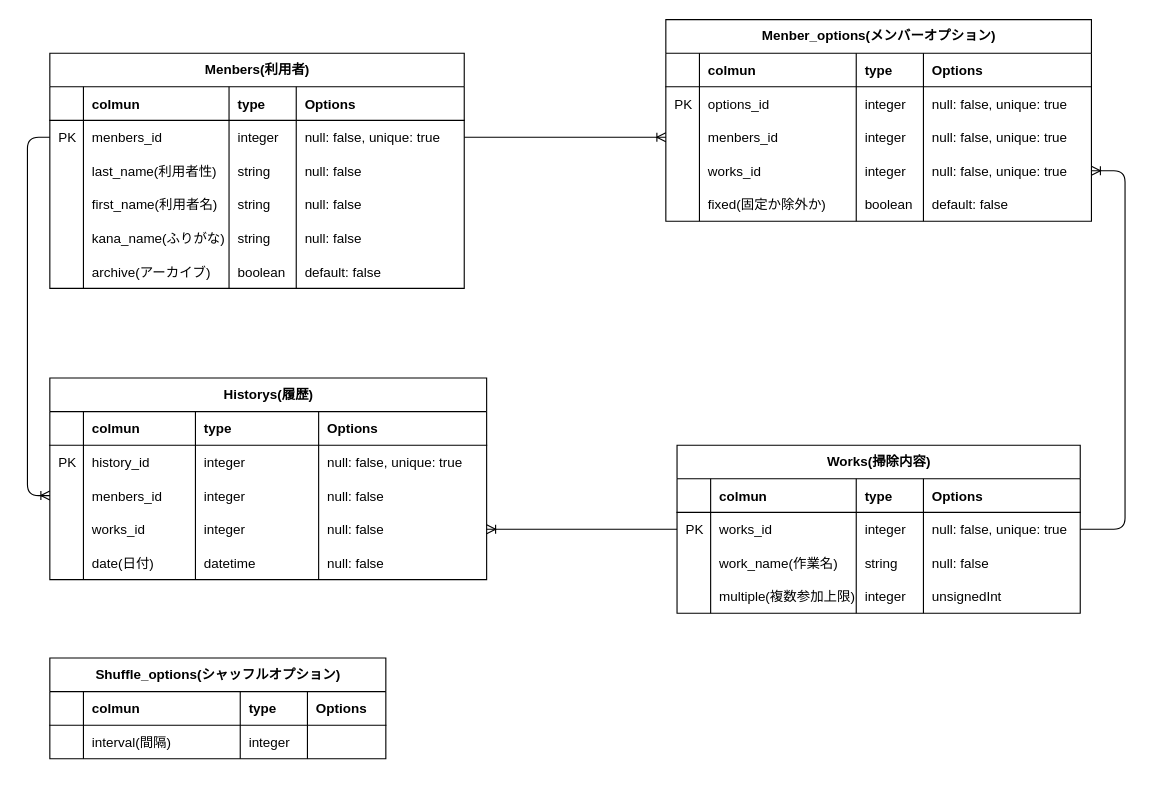
Before: ER図(掃除当番管理アプリ).drawio in yudai142/DutyShuffle, a draw.io diagram. Source tidied: cells renumbered, new cells numbered last; positions are measured from the earlier drawing's top-left corner, leaving out a move shared by most shapes. Both pictures are drawn from the tidied source at 112%, with x=0, y=0 at pixel (27, 19).
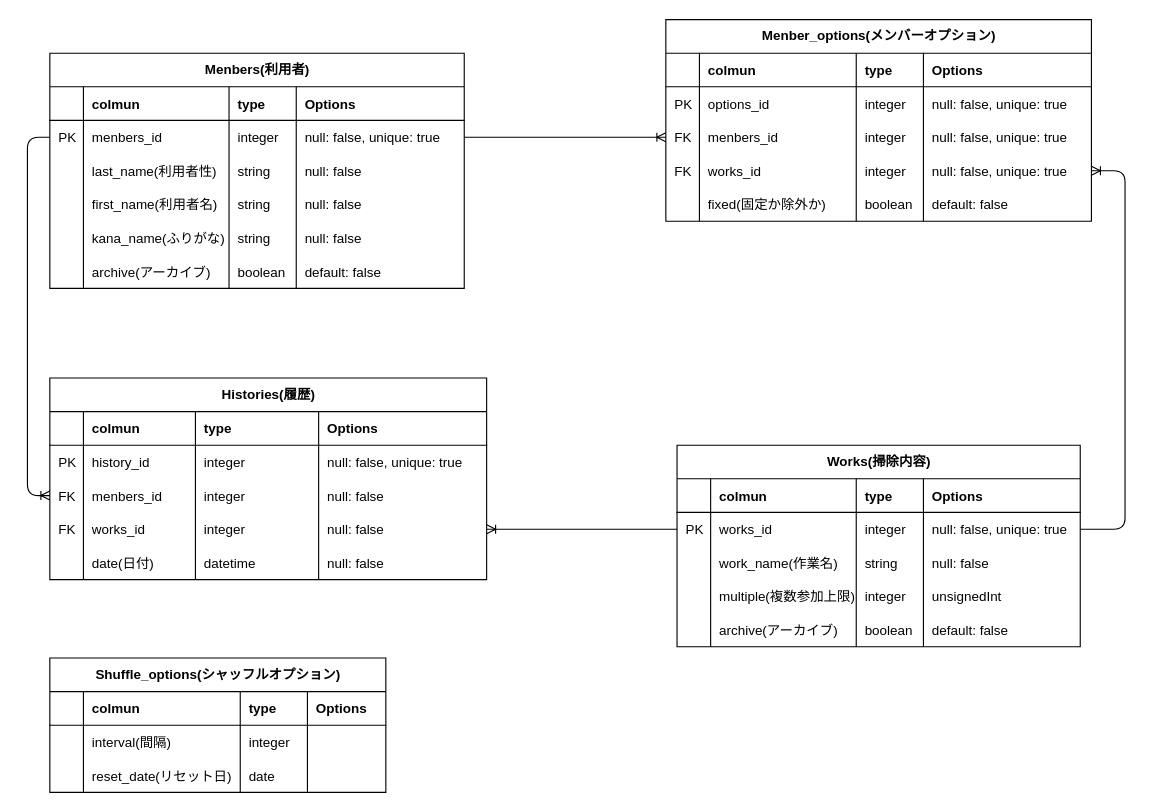
After the change.

Unchanged cells that the change refers to:
```xml
<mxCell id="13" style="shape=partialRectangle;fillColor=none;top=0;left=0;bottom=0;right=0;points=[[0,0.5],[1,0.5]];portConstraint=eastwest;" parent="2" vertex="1">
  <mxGeometry y="90" width="380" height="30" as="geometry" />
</mxCell>
<mxCell id="18" style="shape=partialRectangle;fillColor=none;top=0;left=0;bottom=0;right=0;points=[[0,0.5],[1,0.5]];portConstraint=eastwest;" parent="2" vertex="1">
  <mxGeometry y="120" width="380" height="30" as="geometry" />
</mxCell>
<mxCell id="70" style="shape=partialRectangle;fillColor=none;top=0;left=0;bottom=0;right=0;points=[[0,0.5],[1,0.5]];portConstraint=eastwest;" parent="59" vertex="1">
  <mxGeometry y="90" width="390" height="30" as="geometry" />
</mxCell>
<mxCell id="75" style="shape=partialRectangle;fillColor=none;top=0;left=0;bottom=0;right=0;points=[[0,0.5],[1,0.5]];portConstraint=eastwest;" parent="59" vertex="1">
  <mxGeometry y="120" width="390" height="30" as="geometry" />
</mxCell>
```

The edit, as a diff of the source:
```diff
@@
-    <mxCell id="14" style="shape=partialRectangle;fillColor=none;top=0;left=0;bottom=0;right=0;align=left;spacingLeft=6;overflow=hidden;" parent="13" vertex="1">
+    <mxCell id="14" value="FK" style="shape=partialRectangle;fillColor=none;top=0;left=0;bottom=0;right=0;align=left;spacingLeft=6;overflow=hidden;" parent="13" vertex="1">
       <mxGeometry width="30" height="30" as="geometry" />
     </mxCell>
@@
-    <mxCell id="19" style="shape=partialRectangle;fillColor=none;top=0;left=0;bottom=0;right=0;align=left;spacingLeft=6;overflow=hidden;" parent="18" vertex="1">
+    <mxCell id="19" value="FK" style="shape=partialRectangle;fillColor=none;top=0;left=0;bottom=0;right=0;align=left;spacingLeft=6;overflow=hidden;" parent="18" vertex="1">
       <mxGeometry width="30" height="30" as="geometry" />
     </mxCell>
@@
-    <mxCell id="59" value="Historys(履歴)" style="shape=table;startSize=30;childLayout=tableLayout;rowLines=0;fontStyle=1;align=center;html=1;direction=east;" parent="1" vertex="1">
+    <mxCell id="59" value="Histories(履歴)" style="shape=table;startSize=30;childLayout=tableLayout;rowLines=0;fontStyle=1;align=center;html=1;direction=east;" parent="1" vertex="1">
       <mxGeometry x="20" y="320" width="390" height="180" as="geometry" />
     </mxCell>
@@
-    <mxCell id="71" style="shape=partialRectangle;fillColor=none;top=0;left=0;bottom=0;right=0;align=left;spacingLeft=6;overflow=hidden;" parent="70" vertex="1">
+    <mxCell id="71" value="FK" style="shape=partialRectangle;fillColor=none;top=0;left=0;bottom=0;right=0;align=left;spacingLeft=6;overflow=hidden;" parent="70" vertex="1">
       <mxGeometry width="30" height="30" as="geometry" />
     </mxCell>
@@
-    <mxCell id="76" style="shape=partialRectangle;fillColor=none;top=0;left=0;bottom=0;right=0;align=left;spacingLeft=6;overflow=hidden;" parent="75" vertex="1">
+    <mxCell id="76" value="FK" style="shape=partialRectangle;fillColor=none;top=0;left=0;bottom=0;right=0;align=left;spacingLeft=6;overflow=hidden;" parent="75" vertex="1">
       <mxGeometry width="30" height="30" as="geometry" />
     </mxCell>
@@
     <mxCell id="86" value="Works(掃除内容)" style="shape=table;startSize=30;childLayout=tableLayout;rowLines=0;fontStyle=1;align=center;html=1;direction=east;" parent="1" vertex="1">
-      <mxGeometry x="580" y="380" width="360" height="150" as="geometry" />
+      <mxGeometry x="580" y="380" width="360" height="180" as="geometry" />
     </mxCell>
@@
+    <mxCell id="122" style="shape=partialRectangle;fillColor=none;top=0;left=0;bottom=0;right=0;" parent="86" vertex="1">
+      <mxGeometry y="150" width="360" height="30" as="geometry" />
+    </mxCell>
+    <mxCell id="123" style="shape=partialRectangle;fillColor=none;top=0;left=0;bottom=0;right=0;align=left;spacingLeft=6;overflow=hidden;" parent="122" vertex="1">
+      <mxGeometry width="30" height="30" as="geometry" />
+    </mxCell>
+    <mxCell id="124" value="archive(アーカイブ)" style="shape=partialRectangle;fillColor=none;top=0;left=0;bottom=0;right=0;align=left;spacingLeft=6;overflow=hidden;" parent="122" vertex="1">
+      <mxGeometry x="30" width="130" height="30" as="geometry" />
+    </mxCell>
+    <mxCell id="125" value="boolean" style="shape=partialRectangle;fillColor=none;top=0;left=0;bottom=0;right=0;align=left;spacingLeft=6;overflow=hidden;" parent="122" vertex="1">
+      <mxGeometry x="160" width="60" height="30" as="geometry" />
+    </mxCell>
+    <mxCell id="126" value="default: false" style="shape=partialRectangle;fillColor=none;top=0;left=0;bottom=0;right=0;align=left;spacingLeft=6;overflow=hidden;" parent="122" vertex="1">
+      <mxGeometry x="220" width="140" height="30" as="geometry" />
+    </mxCell>
@@
     <mxCell id="110" value="Shuffle_options(シャッフルオプション)" style="shape=table;startSize=30;childLayout=tableLayout;rowLines=0;fontStyle=1;align=center;html=1;direction=east;" parent="1" vertex="1">
-      <mxGeometry x="20" y="570" width="300" height="90" as="geometry" />
+      <mxGeometry x="20" y="570" width="300" height="120" as="geometry" />
     </mxCell>
@@
+    <mxCell id="127" style="shape=partialRectangle;fillColor=none;top=0;left=0;bottom=0;right=0;" parent="110" vertex="1">
+      <mxGeometry y="90" width="300" height="30" as="geometry" />
+    </mxCell>
+    <mxCell id="128" style="shape=partialRectangle;fillColor=none;top=0;left=0;bottom=0;right=0;align=left;spacingLeft=6;overflow=hidden;" parent="127" vertex="1">
+      <mxGeometry width="30" height="30" as="geometry" />
+    </mxCell>
+    <mxCell id="129" value="reset_date(リセット日)" style="shape=partialRectangle;fillColor=none;top=0;left=0;bottom=0;right=0;align=left;spacingLeft=6;overflow=hidden;" parent="127" vertex="1">
+      <mxGeometry x="30" width="140" height="30" as="geometry" />
+    </mxCell>
+    <mxCell id="130" value="date" style="shape=partialRectangle;fillColor=none;top=0;left=0;bottom=0;right=0;align=left;spacingLeft=6;overflow=hidden;" parent="127" vertex="1">
+      <mxGeometry x="170" width="60" height="30" as="geometry" />
+    </mxCell>
+    <mxCell id="131" style="shape=partialRectangle;fillColor=none;top=0;left=0;bottom=0;right=0;align=left;spacingLeft=6;overflow=hidden;" parent="127" vertex="1">
+      <mxGeometry x="230" width="70" height="30" as="geometry" />
+    </mxCell>
```
